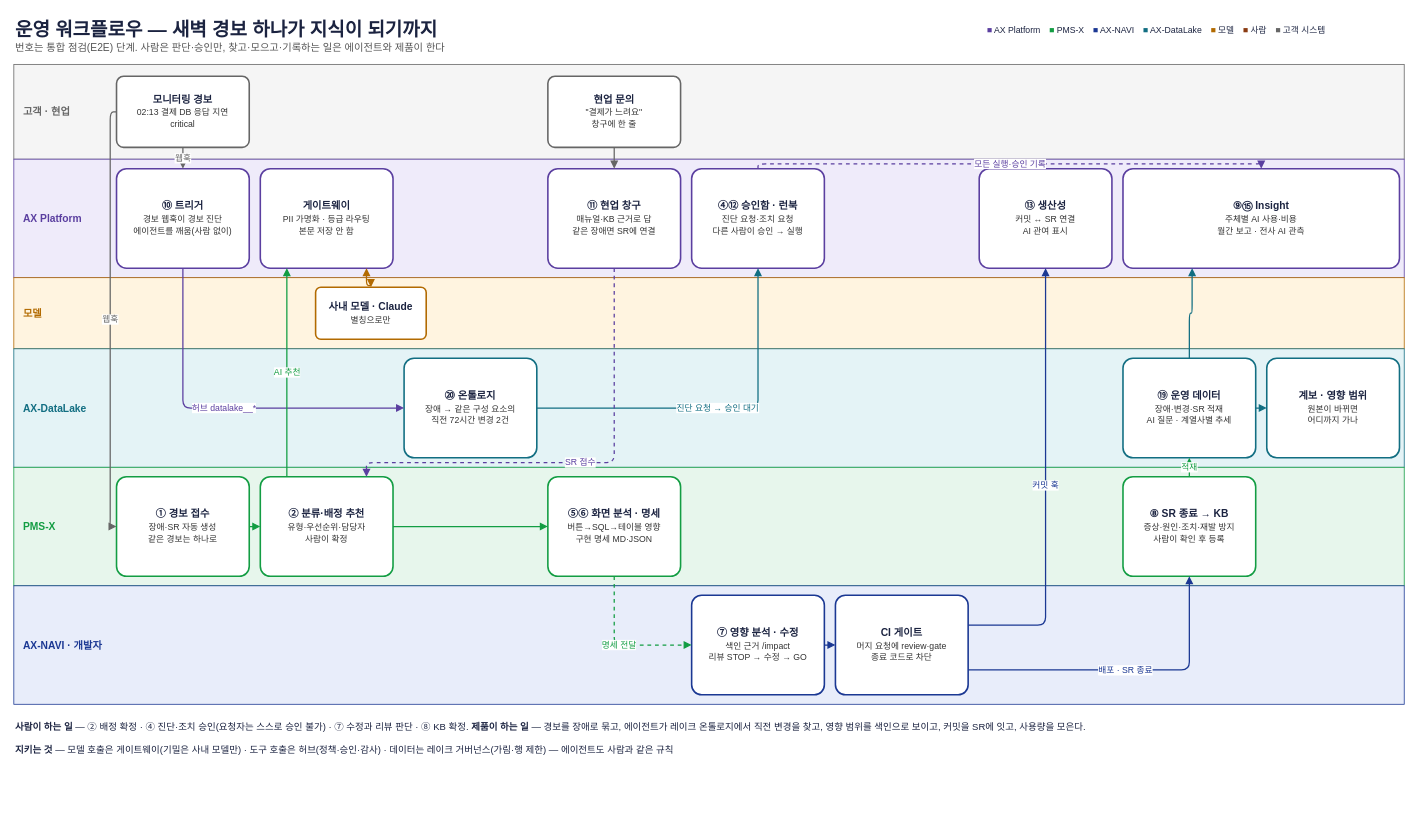
This is page "2. 운영 워크플로우 — 장애 하나가 지식이 되기까지" (2 of 4) of download/hnix-ax-ecosystem.drawio from Malburi/hnix-ax-site, a draw.io file, before an edit. Source tidied: cells renumbered, new cells numbered last; positions are measured from the earlier drawing's top-left corner, leaving out a move shared by most shapes. Both pictures are drawn from the tidied source at 79%, with x=0, y=0 at pixel (13, 13).
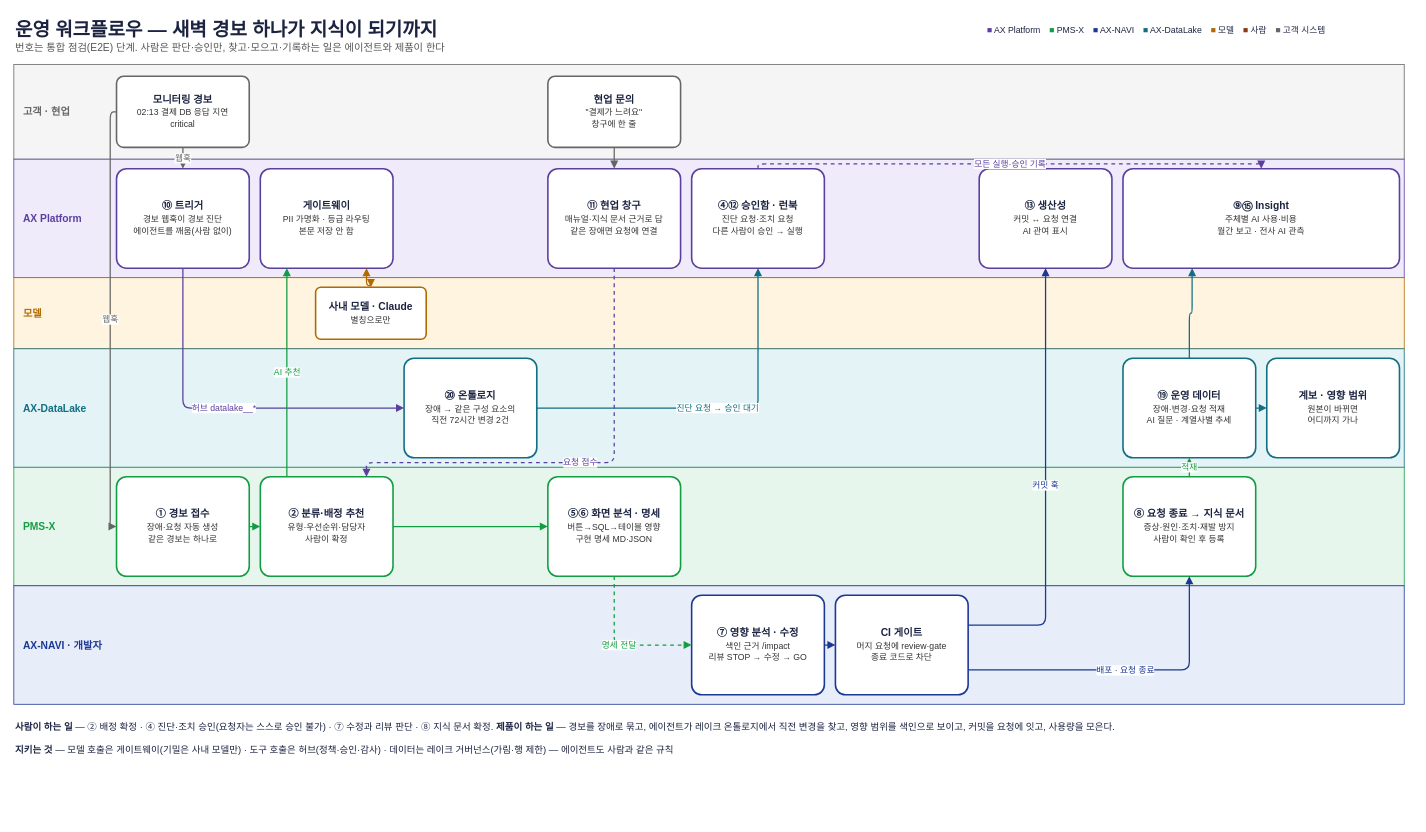
The same diagram, later.

Unchanged cells that the change refers to:
```xml
<mxCell id="23" value="&lt;b&gt;② 분류·배정 추천&lt;/b&gt;&lt;br&gt;&lt;font style='font-size:11px' color='#333333'&gt;유형·우선순위·담당자&lt;/font&gt;&lt;br&gt;&lt;font style='font-size:11px' color='#333333'&gt;사람이 확정&lt;/font&gt;" style="rounded=1;arcSize=10;strokeWidth=2;whiteSpace=wrap;html=1;strokeColor=#139D43;fillColor=#FFFFFF;fontSize=13;fontColor=#1B2340;" parent="1" vertex="1">
  <mxGeometry x="312" y="586" width="168" height="126" as="geometry" />
</mxCell>
<mxCell id="27" value="&lt;b&gt;CI 게이트&lt;/b&gt;&lt;br&gt;&lt;font style='font-size:11px' color='#333333'&gt;머지 요청에 review·gate&lt;/font&gt;&lt;br&gt;&lt;font style='font-size:11px' color='#333333'&gt;종료 코드로 차단&lt;/font&gt;" style="rounded=1;arcSize=10;strokeWidth=2;whiteSpace=wrap;html=1;strokeColor=#1B3893;fillColor=#FFFFFF;fontSize=13;fontColor=#1B2340;" parent="1" vertex="1">
  <mxGeometry x="1040" y="736" width="168" height="126" as="geometry" />
</mxCell>
```

What changed in the source:
```diff
@@
-    <mxCell id="14" value="&lt;b&gt;⑪ 현업 창구&lt;/b&gt;&lt;br&gt;&lt;font style='font-size:11px' color='#333333'&gt;매뉴얼·KB 근거로 답&lt;/font&gt;&lt;br&gt;&lt;font style='font-size:11px' color='#333333'&gt;같은 장애면 SR에 연결&lt;/font&gt;" style="rounded=1;arcSize=10;strokeWidth=2;whiteSpace=wrap;html=1;strokeColor=#5B3FA0;fillColor=#FFFFFF;fontSize=13;fontColor=#1B2340;" parent="1" vertex="1">
+    <mxCell id="14" value="&lt;b&gt;⑪ 현업 창구&lt;/b&gt;&lt;br&gt;&lt;font style='font-size:11px' color='#333333'&gt;매뉴얼·지식 문서 근거로 답&lt;/font&gt;&lt;br&gt;&lt;font style='font-size:11px' color='#333333'&gt;같은 장애면 요청에 연결&lt;/font&gt;" style="rounded=1;arcSize=10;strokeWidth=2;whiteSpace=wrap;html=1;strokeColor=#5B3FA0;fillColor=#FFFFFF;fontSize=13;fontColor=#1B2340;" parent="1" vertex="1">
       <mxGeometry x="676" y="196" width="168" height="126" as="geometry" />
     </mxCell>
@@
-    <mxCell id="16" value="&lt;b&gt;⑬ 생산성&lt;/b&gt;&lt;br&gt;&lt;font style='font-size:11px' color='#333333'&gt;커밋 ↔ SR 연결&lt;/font&gt;&lt;br&gt;&lt;font style='font-size:11px' color='#333333'&gt;AI 관여 표시&lt;/font&gt;" style="rounded=1;arcSize=10;strokeWidth=2;whiteSpace=wrap;html=1;strokeColor=#5B3FA0;fillColor=#FFFFFF;fontSize=13;fontColor=#1B2340;" parent="1" vertex="1">
+    <mxCell id="16" value="&lt;b&gt;⑬ 생산성&lt;/b&gt;&lt;br&gt;&lt;font style='font-size:11px' color='#333333'&gt;커밋 ↔ 요청 연결&lt;/font&gt;&lt;br&gt;&lt;font style='font-size:11px' color='#333333'&gt;AI 관여 표시&lt;/font&gt;" style="rounded=1;arcSize=10;strokeWidth=2;whiteSpace=wrap;html=1;strokeColor=#5B3FA0;fillColor=#FFFFFF;fontSize=13;fontColor=#1B2340;" parent="1" vertex="1">
       <mxGeometry x="1222" y="196" width="168" height="126" as="geometry" />
     </mxCell>
@@
-    <mxCell id="20" value="&lt;b&gt;⑲ 운영 데이터&lt;/b&gt;&lt;br&gt;&lt;font style='font-size:11px' color='#333333'&gt;장애·변경·SR 적재&lt;/font&gt;&lt;br&gt;&lt;font style='font-size:11px' color='#333333'&gt;AI 질문 · 계열사별 추세&lt;/font&gt;" style="rounded=1;arcSize=10;strokeWidth=2;whiteSpace=wrap;html=1;strokeColor=#126E82;fillColor=#FFFFFF;fontSize=13;fontColor=#1B2340;" parent="1" vertex="1">
+    <mxCell id="20" value="&lt;b&gt;⑲ 운영 데이터&lt;/b&gt;&lt;br&gt;&lt;font style='font-size:11px' color='#333333'&gt;장애·변경·요청 적재&lt;/font&gt;&lt;br&gt;&lt;font style='font-size:11px' color='#333333'&gt;AI 질문 · 계열사별 추세&lt;/font&gt;" style="rounded=1;arcSize=10;strokeWidth=2;whiteSpace=wrap;html=1;strokeColor=#126E82;fillColor=#FFFFFF;fontSize=13;fontColor=#1B2340;" parent="1" vertex="1">
       <mxGeometry x="1404" y="436" width="168" height="126" as="geometry" />
     </mxCell>
@@
-    <mxCell id="22" value="&lt;b&gt;① 경보 접수&lt;/b&gt;&lt;br&gt;&lt;font style='font-size:11px' color='#333333'&gt;장애·SR 자동 생성&lt;/font&gt;&lt;br&gt;&lt;font style='font-size:11px' color='#333333'&gt;같은 경보는 하나로&lt;/font&gt;" style="rounded=1;arcSize=10;strokeWidth=2;whiteSpace=wrap;html=1;strokeColor=#139D43;fillColor=#FFFFFF;fontSize=13;fontColor=#1B2340;" parent="1" vertex="1">
+    <mxCell id="22" value="&lt;b&gt;① 경보 접수&lt;/b&gt;&lt;br&gt;&lt;font style='font-size:11px' color='#333333'&gt;장애·요청 자동 생성&lt;/font&gt;&lt;br&gt;&lt;font style='font-size:11px' color='#333333'&gt;같은 경보는 하나로&lt;/font&gt;" style="rounded=1;arcSize=10;strokeWidth=2;whiteSpace=wrap;html=1;strokeColor=#139D43;fillColor=#FFFFFF;fontSize=13;fontColor=#1B2340;" parent="1" vertex="1">
       <mxGeometry x="130" y="586" width="168" height="126" as="geometry" />
     </mxCell>
@@
-    <mxCell id="25" value="&lt;b&gt;⑧ SR 종료 → KB&lt;/b&gt;&lt;br&gt;&lt;font style='font-size:11px' color='#333333'&gt;증상·원인·조치·재발 방지&lt;/font&gt;&lt;br&gt;&lt;font style='font-size:11px' color='#333333'&gt;사람이 확인 후 등록&lt;/font&gt;" style="rounded=1;arcSize=10;strokeWidth=2;whiteSpace=wrap;html=1;strokeColor=#139D43;fillColor=#FFFFFF;fontSize=13;fontColor=#1B2340;" parent="1" vertex="1">
+    <mxCell id="25" value="&lt;b&gt;⑧ 요청 종료 → 지식 문서&lt;/b&gt;&lt;br&gt;&lt;font style='font-size:11px' color='#333333'&gt;증상·원인·조치·재발 방지&lt;/font&gt;&lt;br&gt;&lt;font style='font-size:11px' color='#333333'&gt;사람이 확인 후 등록&lt;/font&gt;" style="rounded=1;arcSize=10;strokeWidth=2;whiteSpace=wrap;html=1;strokeColor=#139D43;fillColor=#FFFFFF;fontSize=13;fontColor=#1B2340;" parent="1" vertex="1">
       <mxGeometry x="1404" y="586" width="168" height="126" as="geometry" />
     </mxCell>
@@
-    <mxCell id="36" value="SR 접수" style="edgeStyle=orthogonalEdgeStyle;rounded=1;html=1;strokeColor=#5B3FA0;strokeWidth=1.6;fontSize=11;fontColor=#5B3FA0;labelBackgroundColor=#FFFFFF;endArrow=block;endFill=1;dashed=1;exitX=0.5;exitY=1;exitDx=0;exitDy=0;entryX=0.8;entryY=0;entryDx=0;entryDy=0;" parent="1" edge="1" source="14" target="23">
+    <mxCell id="36" value="요청 접수" style="edgeStyle=orthogonalEdgeStyle;rounded=1;html=1;strokeColor=#5B3FA0;strokeWidth=1.6;fontSize=11;fontColor=#5B3FA0;labelBackgroundColor=#FFFFFF;endArrow=block;endFill=1;dashed=1;exitX=0.5;exitY=1;exitDx=0;exitDy=0;entryX=0.8;entryY=0;entryDx=0;entryDy=0;" parent="1" edge="1" source="14" target="23">
       <mxGeometry relative="1" as="geometry">
         <Array as="points">
           <mxPoint x="760" y="568" />
           <mxPoint x="446.4" y="568" />
         </Array>
       </mxGeometry>
     </mxCell>
@@
-    <mxCell id="41" value="배포 · SR 종료" style="edgeStyle=orthogonalEdgeStyle;rounded=1;html=1;strokeColor=#1B3893;strokeWidth=1.6;fontSize=11;fontColor=#1B3893;labelBackgroundColor=#FFFFFF;endArrow=block;endFill=1;exitX=1;exitY=0.75;exitDx=0;exitDy=0;entryX=0.5;entryY=1;entryDx=0;entryDy=0;" parent="1" edge="1" source="27" target="25">
+    <mxCell id="41" value="배포 · 요청 종료" style="edgeStyle=orthogonalEdgeStyle;rounded=1;html=1;strokeColor=#1B3893;strokeWidth=1.6;fontSize=11;fontColor=#1B3893;labelBackgroundColor=#FFFFFF;endArrow=block;endFill=1;exitX=1;exitY=0.75;exitDx=0;exitDy=0;entryX=0.5;entryY=1;entryDx=0;entryDy=0;" parent="1" edge="1" source="27" target="25">
       <mxGeometry relative="1" as="geometry">
         <Array as="points">
           <mxPoint x="1488" y="830" />
         </Array>
       </mxGeometry>
     </mxCell>
@@
-    <mxCell id="46" value="&lt;b&gt;사람이 하는 일&lt;/b&gt; — ② 배정 확정 · ④ 진단·조치 승인(요청자는 스스로 승인 불가) · ⑦ 수정과 리뷰 판단 · ⑧ KB 확정. &lt;b&gt;제품이 하는 일&lt;/b&gt; — 경보를 장애로 묶고, 에이전트가 레이크 온톨로지에서 직전 변경을 찾고, 영향 범위를 색인으로 보이고, 커밋을 SR에 잇고, 사용량을 모은다.&lt;br&gt;&lt;br&gt;&lt;b&gt;지키는 것&lt;/b&gt; — 모델 호출은 게이트웨이(기밀은 사내 모델만) · 도구 호출은 허브(정책·승인·감사) · 데이터는 레이크 거버넌스(가림·행 제한) — 에이전트도 사람과 같은 규칙" style="text;html=1;whiteSpace=wrap;align=left;verticalAlign=top;fontSize=12;fontColor=#1B2340;" parent="1" vertex="1">
+    <mxCell id="46" value="&lt;b&gt;사람이 하는 일&lt;/b&gt; — ② 배정 확정 · ④ 진단·조치 승인(요청자는 스스로 승인 불가) · ⑦ 수정과 리뷰 판단 · ⑧ 지식 문서 확정. &lt;b&gt;제품이 하는 일&lt;/b&gt; — 경보를 장애로 묶고, 에이전트가 레이크 온톨로지에서 직전 변경을 찾고, 영향 범위를 색인으로 보이고, 커밋을 요청에 잇고, 사용량을 모은다.&lt;br&gt;&lt;br&gt;&lt;b&gt;지키는 것&lt;/b&gt; — 모델 호출은 게이트웨이(기밀은 사내 모델만) · 도구 호출은 허브(정책·승인·감사) · 데이터는 레이크 거버넌스(가림·행 제한) — 에이전트도 사람과 같은 규칙" style="text;html=1;whiteSpace=wrap;align=left;verticalAlign=top;fontSize=12;fontColor=#1B2340;" parent="1" vertex="1">
       <mxGeometry y="889" width="1760" height="130" as="geometry" />
     </mxCell>
```
